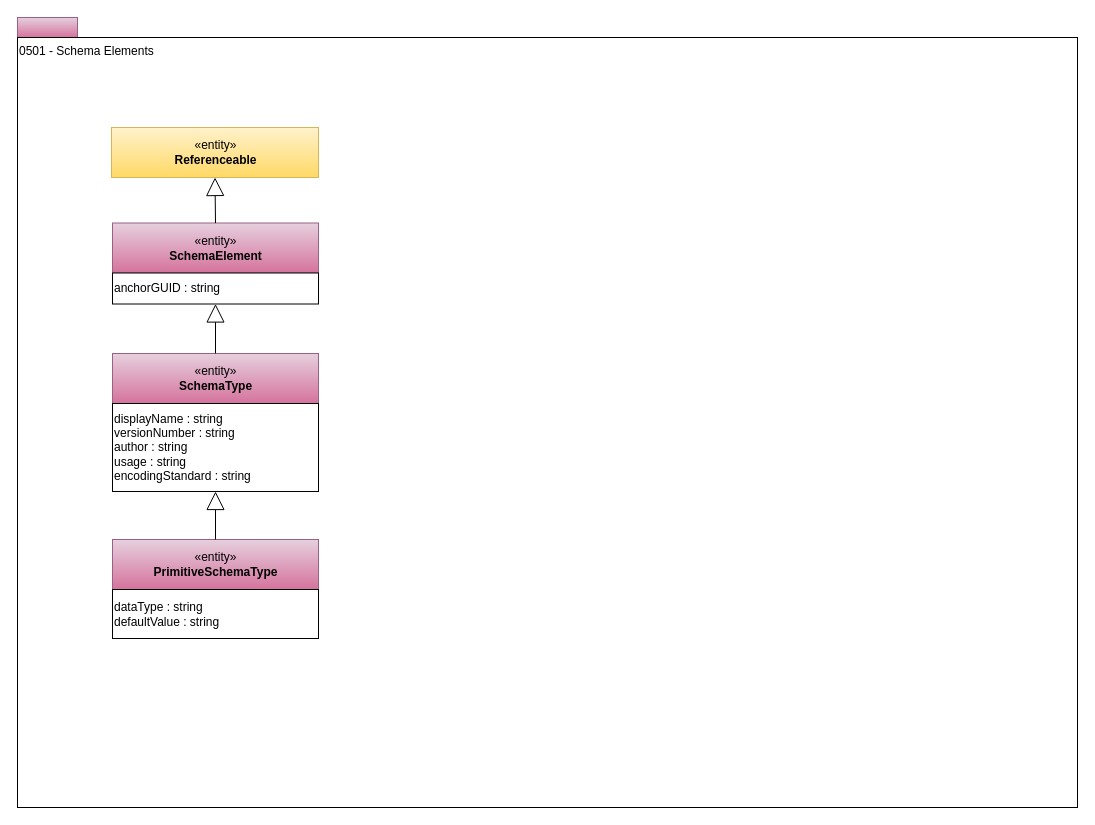
The draw.io diagram page "0501-Schema-Elements" (2 of 25) of open-metadata-publication/website/open-metadata-types/area-5-models-and-schema.drawio in planetf1/egeria, before the edit. Source tidied: cells renumbered, new cells numbered last; positions are measured from the earlier drawing's top-left corner, leaving out a move shared by most shapes. Both pictures are drawn from the tidied source at 100%, with x=0, y=0 at pixel (17, 17).
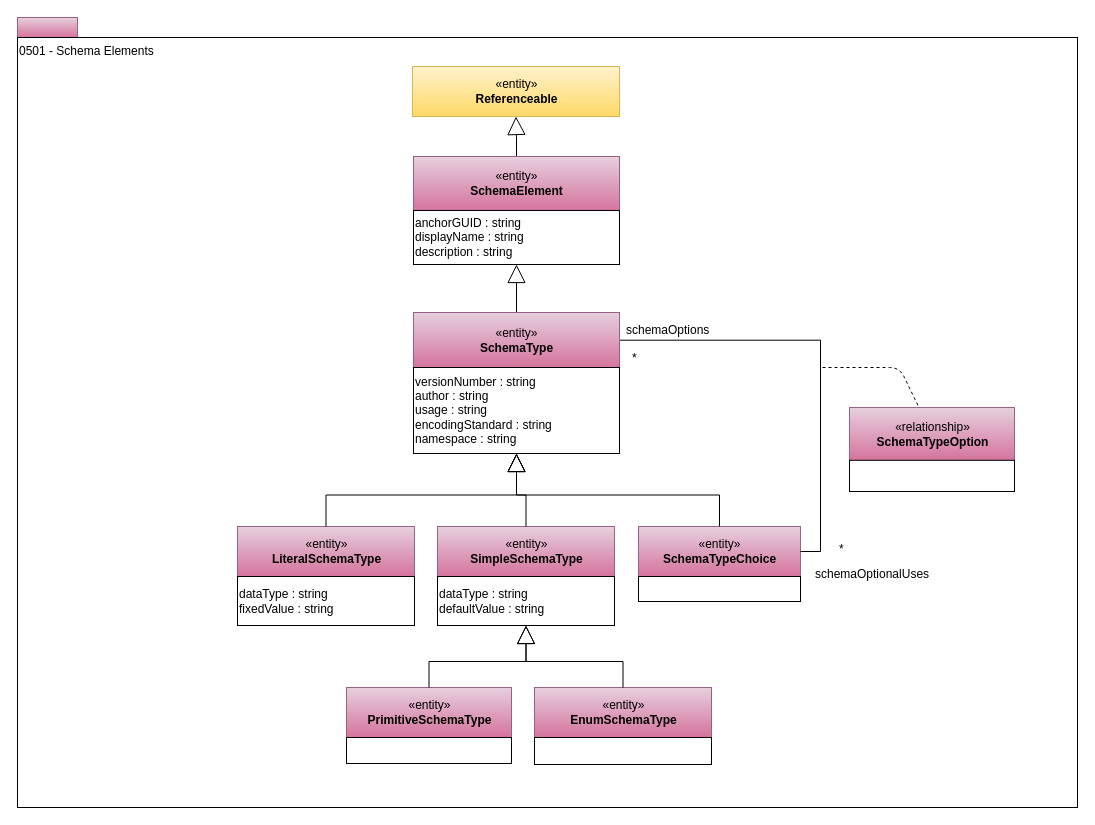
The same page after the edit.

The edit, as a diff of the source:
```diff
@@
     <mxCell id="4" value="«entity»&lt;br&gt;&lt;b&gt;Referenceable&lt;/b&gt;" style="html=1;strokeColor=#d6b656;align=center;fillColor=#fff2cc;gradientColor=#ffd966;" parent="1" vertex="1">
-      <mxGeometry x="94" y="110" width="207" height="50" as="geometry" />
+      <mxGeometry x="395" y="49" width="207" height="50" as="geometry" />
     </mxCell>
-    <mxCell id="5" style="group;" parent="1" vertex="1">
-      <mxGeometry x="95" y="205.5" width="206" height="81" as="geometry" />
-    </mxCell>
+    <mxCell id="15" style="edgeStyle=orthogonalEdgeStyle;rounded=0;orthogonalLoop=1;jettySize=auto;html=1;exitX=0.5;exitY=0;exitDx=0;exitDy=0;entryX=0.5;entryY=1;entryDx=0;entryDy=0;startSize=6;endArrow=block;endFill=0;endSize=16;" parent="1" edge="1">
+      <mxGeometry relative="1" as="geometry" />
+    </mxCell>
+    <mxCell id="16" style="edgeStyle=orthogonalEdgeStyle;rounded=0;jettySize=auto;html=1;exitX=0.5;exitY=0;exitDx=0;exitDy=0;entryX=0.5;entryY=1;entryDx=0;entryDy=0;startSize=6;endArrow=block;endFill=0;endSize=16;" parent="1" edge="1" target="4">
+      <mxGeometry relative="1" as="geometry" />
+    </mxCell>
+    <mxCell id="17" style="edgeStyle=orthogonalEdgeStyle;rounded=0;jettySize=auto;html=1;exitX=0.5;exitY=0;exitDx=0;exitDy=0;startSize=6;endArrow=block;endFill=0;endSize=16;" parent="1" edge="1" source="6" target="4">
+      <mxGeometry relative="1" as="geometry" />
+    </mxCell>
+    <mxCell id="18" style="edgeStyle=orthogonalEdgeStyle;rounded=0;jettySize=auto;html=1;startSize=6;endArrow=block;endFill=0;endSize=16;entryX=0.5;entryY=1;entryDx=0;entryDy=0;" parent="1" edge="1" target="7">
+      <mxGeometry relative="1" as="geometry">
+        <mxPoint x="499" y="296" as="sourcePoint" />
+      </mxGeometry>
+    </mxCell>
+    <mxCell id="19" style="group;" parent="1" vertex="1">
+      <mxGeometry x="621" y="509" width="162" height="99" as="geometry" />
+    </mxCell>
+    <mxCell id="20" value="«entity»&lt;br&gt;&lt;b&gt;SchemaTypeChoice&lt;/b&gt;" style="html=1;strokeColor=#996185;align=center;fillColor=#e6d0de;gradientColor=#d5739d;" parent="19" vertex="1">
+      <mxGeometry width="162" height="50" as="geometry" />
+    </mxCell>
+    <mxCell id="21" value="&lt;br&gt;&lt;div style=&quot;text-align: left&quot;&gt;&lt;/div&gt;" style="rounded=0;whiteSpace=wrap;html=1;strokeColor=#000000;gradientColor=#ffffff;align=left;" parent="19" vertex="1">
+      <mxGeometry y="50" width="162" height="25" as="geometry" />
+    </mxCell>
+    <mxCell id="22" style="edgeStyle=orthogonalEdgeStyle;rounded=0;jettySize=auto;html=1;exitX=0.5;exitY=0;exitDx=0;exitDy=0;startSize=6;endArrow=block;endFill=0;endSize=16;entryX=0.5;entryY=1;entryDx=0;entryDy=0;" parent="1" edge="1" source="20" target="10">
+      <mxGeometry relative="1" as="geometry" />
+    </mxCell>
+    <mxCell id="23" style="edgeStyle=orthogonalEdgeStyle;rounded=0;jettySize=auto;html=1;exitX=1;exitY=0.5;exitDx=0;exitDy=0;entryX=1;entryY=0.5;entryDx=0;entryDy=0;endArrow=none;endFill=0;" parent="1" edge="1" source="20" target="9">
+      <mxGeometry relative="1" as="geometry" />
+    </mxCell>
+    <mxCell id="24" value="schemaOptions" style="text;html=1;align=left;verticalAlign=top;spacingTop=-4;" parent="1" vertex="1">
+      <mxGeometry x="607" y="303" width="93" height="14" as="geometry" />
+    </mxCell>
+    <mxCell id="25" value="*" style="text;html=1;align=left;verticalAlign=top;spacingTop=-4;" parent="1" vertex="1">
+      <mxGeometry x="613" y="331" width="15" height="14" as="geometry" />
+    </mxCell>
+    <mxCell id="26" value="schemaOptionalUses" style="text;html=1;align=left;verticalAlign=top;spacingTop=-4;" parent="1" vertex="1">
+      <mxGeometry x="796" y="546.5" width="124" height="14" as="geometry" />
+    </mxCell>
+    <mxCell id="27" value="*" style="text;html=1;align=left;verticalAlign=top;spacingTop=-4;" parent="1" vertex="1">
+      <mxGeometry x="820" y="522" width="15" height="14" as="geometry" />
+    </mxCell>
+    <mxCell id="28" style="endArrow=none;dashed=1;html=1;" parent="1" edge="1" target="30">
+      <mxGeometry relative="1" as="geometry">
+        <mxPoint x="805" y="350" as="sourcePoint" />
+        <Array as="points">
+          <mxPoint x="882" y="350" />
+        </Array>
+      </mxGeometry>
+    </mxCell>
+    <mxCell id="29" style="group;" parent="1" vertex="1">
+      <mxGeometry x="832" y="390" width="165" height="84" as="geometry" />
+    </mxCell>
+    <mxCell id="30" value="«relationship»&lt;br&gt;&lt;b&gt;SchemaTypeOption&lt;/b&gt;" style="html=1;strokeColor=#996185;align=center;fillColor=#e6d0de;gradientColor=#d5739d;" parent="29" vertex="1">
+      <mxGeometry width="165" height="53.3" as="geometry" />
+    </mxCell>
+    <mxCell id="31" style="rounded=0;whiteSpace=wrap;html=1;strokeColor=#000000;align=left;fillColor=#ffffff;" parent="29" vertex="1">
+      <mxGeometry y="52.8" width="165" height="31.2" as="geometry" />
+    </mxCell>
+    <mxCell id="32" style="group;" parent="1" vertex="1">
+      <mxGeometry x="420" y="509" width="177" height="99" as="geometry" />
+    </mxCell>
+    <mxCell id="33" value="«entity»&lt;br&gt;&lt;b&gt;SimpleSchemaType&lt;/b&gt;" style="html=1;strokeColor=#996185;align=center;fillColor=#e6d0de;gradientColor=#d5739d;" parent="32" vertex="1">
+      <mxGeometry width="177" height="50" as="geometry" />
+    </mxCell>
+    <mxCell id="13" value="dataType : string&lt;br&gt;defaultValue : string&lt;br&gt;&lt;div style=&quot;text-align: left&quot;&gt;&lt;/div&gt;" style="rounded=0;whiteSpace=wrap;html=1;strokeColor=#000000;gradientColor=#ffffff;align=left;" parent="32" vertex="1">
+      <mxGeometry y="50" width="177" height="49" as="geometry" />
+    </mxCell>
+    <mxCell id="34" style="edgeStyle=orthogonalEdgeStyle;rounded=0;jettySize=auto;html=1;exitX=0.5;exitY=0;exitDx=0;exitDy=0;startSize=6;endArrow=block;endFill=0;endSize=16;entryX=0.5;entryY=1;entryDx=0;entryDy=0;" parent="1" edge="1" source="33" target="10">
+      <mxGeometry relative="1" as="geometry" />
+    </mxCell>
+    <mxCell id="35" style="group;" parent="1" vertex="1">
+      <mxGeometry x="220" y="509" width="177" height="99" as="geometry" />
+    </mxCell>
+    <mxCell id="36" value="«entity»&lt;br&gt;&lt;b&gt;LiteralSchemaType&lt;/b&gt;" style="html=1;strokeColor=#996185;align=center;fillColor=#e6d0de;gradientColor=#d5739d;" parent="35" vertex="1">
+      <mxGeometry width="177" height="50" as="geometry" />
+    </mxCell>
+    <mxCell id="37" value="dataType : string&lt;br&gt;fixedValue : string&lt;br&gt;&lt;div style=&quot;text-align: left&quot;&gt;&lt;/div&gt;" style="rounded=0;whiteSpace=wrap;html=1;strokeColor=#000000;gradientColor=#ffffff;align=left;" parent="35" vertex="1">
+      <mxGeometry y="50" width="177" height="49" as="geometry" />
+    </mxCell>
+    <mxCell id="38" style="edgeStyle=orthogonalEdgeStyle;rounded=0;jettySize=auto;html=1;exitX=0.5;exitY=0;exitDx=0;exitDy=0;startSize=6;endArrow=block;endFill=0;endSize=16;" parent="1" edge="1" source="36" target="10">
+      <mxGeometry relative="1" as="geometry" />
+    </mxCell>
+    <mxCell id="39" style="group;" parent="1" vertex="1">
+      <mxGeometry x="329" y="670" width="165" height="99" as="geometry" />
+    </mxCell>
+    <mxCell id="12" value="«entity»&lt;br&gt;&lt;b&gt;PrimitiveSchemaType&lt;/b&gt;" style="html=1;strokeColor=#996185;align=center;fillColor=#e6d0de;gradientColor=#d5739d;" parent="39" vertex="1">
+      <mxGeometry width="165" height="50" as="geometry" />
+    </mxCell>
+    <mxCell id="40" value="&lt;br&gt;&lt;div style=&quot;text-align: left&quot;&gt;&lt;/div&gt;" style="rounded=0;whiteSpace=wrap;html=1;strokeColor=#000000;gradientColor=#ffffff;align=left;" parent="39" vertex="1">
+      <mxGeometry y="50" width="165" height="26" as="geometry" />
+    </mxCell>
+    <mxCell id="41" style="edgeStyle=orthogonalEdgeStyle;rounded=0;jettySize=auto;html=1;exitX=0.5;exitY=0;exitDx=0;exitDy=0;startSize=6;endArrow=block;endFill=0;endSize=16;" parent="1" edge="1" source="12" target="13">
+      <mxGeometry relative="1" as="geometry" />
+    </mxCell>
+    <mxCell id="42" style="group;" parent="1" vertex="1">
+      <mxGeometry x="517" y="670" width="177" height="99" as="geometry" />
+    </mxCell>
+    <mxCell id="43" value="«entity»&lt;br&gt;&lt;b&gt;EnumSchemaType&lt;/b&gt;" style="html=1;strokeColor=#996185;align=center;fillColor=#e6d0de;gradientColor=#d5739d;" parent="42" vertex="1">
+      <mxGeometry width="177" height="50" as="geometry" />
+    </mxCell>
+    <mxCell id="44" value="&lt;br&gt;&lt;div style=&quot;text-align: left&quot;&gt;&lt;/div&gt;" style="rounded=0;whiteSpace=wrap;html=1;strokeColor=#000000;gradientColor=#ffffff;align=left;" parent="42" vertex="1">
+      <mxGeometry y="50" width="177" height="27" as="geometry" />
+    </mxCell>
+    <mxCell id="45" style="edgeStyle=orthogonalEdgeStyle;rounded=0;jettySize=auto;html=1;exitX=0.5;exitY=0;exitDx=0;exitDy=0;startSize=6;endArrow=block;endFill=0;endSize=16;entryX=0.5;entryY=1;entryDx=0;entryDy=0;" parent="1" edge="1" source="43" target="13">
+      <mxGeometry relative="1" as="geometry" />
+    </mxCell>
+    <mxCell id="9" value="«entity»&lt;br&gt;&lt;b&gt;SchemaType&lt;/b&gt;" style="html=1;strokeColor=#996185;align=center;fillColor=#e6d0de;gradientColor=#d5739d;" parent="1" vertex="1">
+      <mxGeometry x="396" y="295" width="206" height="55.4" as="geometry" />
+    </mxCell>
+    <mxCell id="10" value="versionNumber : string&lt;br&gt;author : string&lt;br&gt;usage : string&lt;br&gt;encodingStandard : string&lt;br&gt;namespace : string&lt;br&gt;&lt;div style=&quot;text-align: left&quot;&gt;&lt;/div&gt;" style="rounded=0;whiteSpace=wrap;html=1;strokeColor=#000000;gradientColor=#ffffff;align=left;" parent="1" vertex="1">
+      <mxGeometry x="396" y="350" width="206" height="86" as="geometry" />
+    </mxCell>
-    <mxCell id="6" value="«entity»&lt;br&gt;&lt;b&gt;SchemaElement&lt;/b&gt;" style="html=1;strokeColor=#996185;align=center;fillColor=#e6d0de;gradientColor=#d5739d;" parent="5" vertex="1">
-      <mxGeometry width="206" height="50" as="geometry" />
+    <mxCell id="6" value="«entity»&lt;br&gt;&lt;b&gt;SchemaElement&lt;/b&gt;" style="html=1;strokeColor=#996185;align=center;fillColor=#e6d0de;gradientColor=#d5739d;" parent="1" vertex="1">
+      <mxGeometry x="396" y="139" width="206" height="54.3" as="geometry" />
     </mxCell>
-    <mxCell id="7" value="anchorGUID : string" style="rounded=0;whiteSpace=wrap;html=1;strokeColor=#000000;gradientColor=#ffffff;align=left;" parent="5" vertex="1">
-      <mxGeometry y="50" width="206" height="31" as="geometry" />
+    <mxCell id="7" value="anchorGUID : string&lt;br&gt;displayName : string&lt;br&gt;description : string" style="rounded=0;whiteSpace=wrap;html=1;strokeColor=#000000;gradientColor=#ffffff;align=left;" parent="1" vertex="1">
+      <mxGeometry x="396" y="193" width="206" height="54" as="geometry" />
     </mxCell>
-    <mxCell id="8" style="group;" parent="1" vertex="1">
-      <mxGeometry x="95" y="336" width="206" height="138" as="geometry" />
-    </mxCell>
-    <mxCell id="9" value="«entity»&lt;br&gt;&lt;b&gt;SchemaType&lt;/b&gt;" style="html=1;strokeColor=#996185;align=center;fillColor=#e6d0de;gradientColor=#d5739d;" parent="8" vertex="1">
-      <mxGeometry width="206" height="50" as="geometry" />
-    </mxCell>
-    <mxCell id="10" value="displayName : string&lt;br&gt;versionNumber : string&lt;br&gt;author : string&lt;br&gt;usage : string&lt;br&gt;encodingStandard : string&lt;br&gt;&lt;div style=&quot;text-align: left&quot;&gt;&lt;/div&gt;" style="rounded=0;whiteSpace=wrap;html=1;strokeColor=#000000;gradientColor=#ffffff;align=left;" parent="8" vertex="1">
-      <mxGeometry y="50" width="206" height="88" as="geometry" />
-    </mxCell>
-    <mxCell id="11" style="group;" parent="1" vertex="1">
-      <mxGeometry x="95" y="522" width="206" height="99" as="geometry" />
-    </mxCell>
-    <mxCell id="12" value="«entity»&lt;br&gt;&lt;b&gt;PrimitiveSchemaType&lt;/b&gt;" style="html=1;strokeColor=#996185;align=center;fillColor=#e6d0de;gradientColor=#d5739d;" parent="11" vertex="1">
-      <mxGeometry width="206" height="50" as="geometry" />
-    </mxCell>
-    <mxCell id="13" value="dataType : string&lt;br&gt;defaultValue : string&lt;br&gt;&lt;div style=&quot;text-align: left&quot;&gt;&lt;/div&gt;" style="rounded=0;whiteSpace=wrap;html=1;strokeColor=#000000;gradientColor=#ffffff;align=left;" parent="11" vertex="1">
-      <mxGeometry y="50" width="206" height="49" as="geometry" />
-    </mxCell>
-    <mxCell id="14" style="edgeStyle=orthogonalEdgeStyle;rounded=0;jettySize=auto;html=1;exitX=0.5;exitY=0;exitDx=0;exitDy=0;startSize=6;endArrow=block;endFill=0;endSize=16;" parent="1" edge="1" source="12" target="10">
-      <mxGeometry relative="1" as="geometry" />
-    </mxCell>
-    <mxCell id="15" style="edgeStyle=orthogonalEdgeStyle;rounded=0;jettySize=auto;html=1;exitX=0.5;exitY=0;exitDx=0;exitDy=0;entryX=0.5;entryY=1;entryDx=0;entryDy=0;startSize=6;endArrow=block;endFill=0;endSize=16;" parent="1" edge="1" source="9" target="7">
-      <mxGeometry relative="1" as="geometry" />
-    </mxCell>
-    <mxCell id="16" style="edgeStyle=orthogonalEdgeStyle;rounded=0;jettySize=auto;html=1;exitX=0.5;exitY=0;exitDx=0;exitDy=0;entryX=0.5;entryY=1;entryDx=0;entryDy=0;startSize=6;endArrow=block;endFill=0;endSize=16;" parent="1" edge="1" source="6" target="4">
-      <mxGeometry relative="1" as="geometry" />
-    </mxCell>
```
